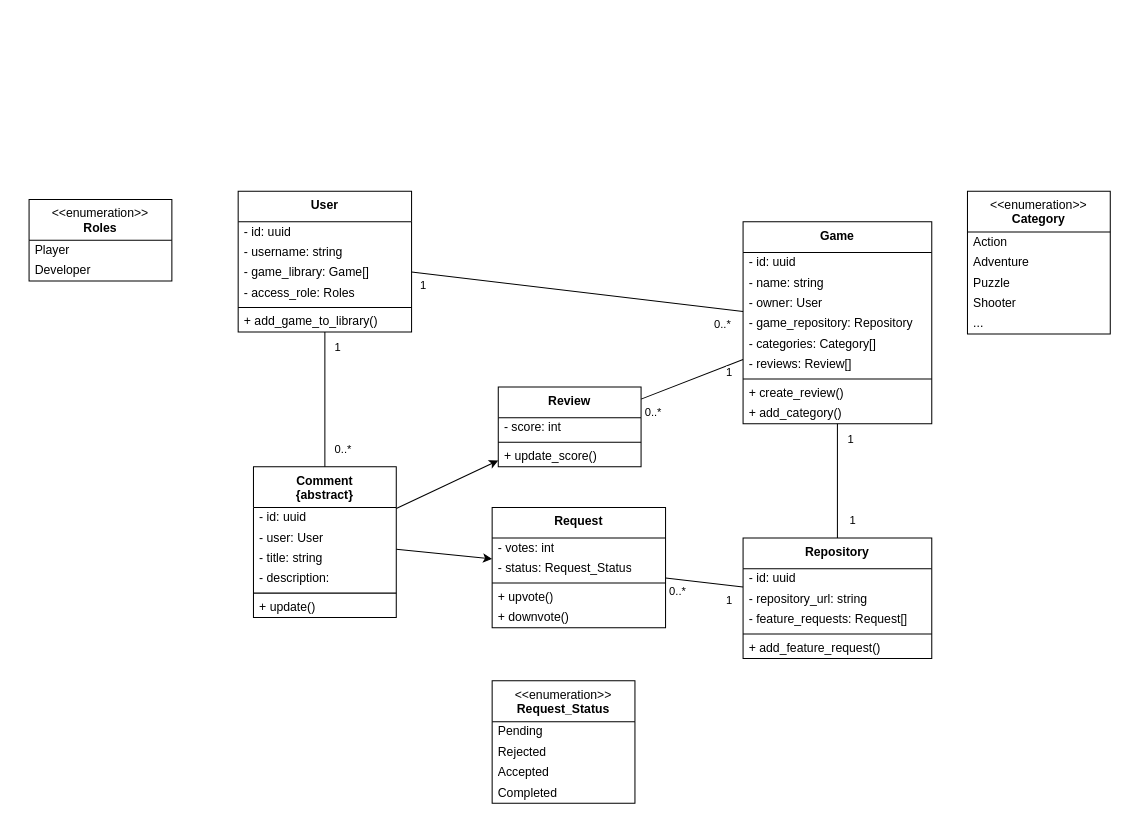
This is model/Ole/class.drawio from Hoglar/tsd2080-oblig1, a draw.io file, before an edit. Source tidied: cells renumbered, new cells numbered last; positions are measured from the earlier drawing's top-left corner, leaving out a move shared by most shapes. Both pictures are drawn from the tidied source at 102%, with x=0, y=0 at pixel (29, 191).
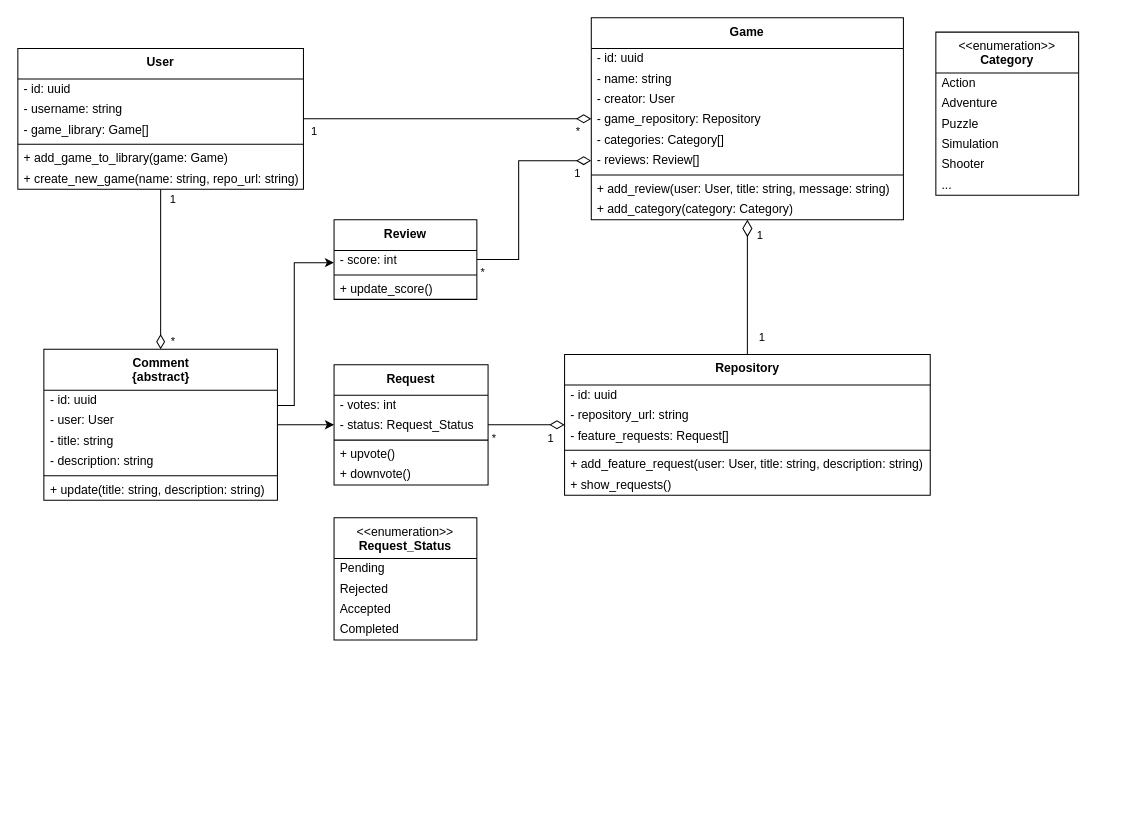
The same page after the edit.

Commit message:
update class diagram

Change to the diagram source:
```diff
@@
     <mxCell id="2" value="&lt;b&gt;User&lt;/b&gt;" style="swimlane;fontStyle=0;align=center;verticalAlign=top;horizontal=1;startSize=30;html=1;whiteSpace=wrap;" parent="1" vertex="1">
-      <mxGeometry x="205" width="170" height="138" as="geometry" />
+      <mxGeometry x="-11" y="-140" width="280" height="138" as="geometry" />
     </mxCell>
     <mxCell id="3" value="- id: uuid" style="text;html=1;strokeColor=none;fillColor=none;align=left;verticalAlign=middle;spacingLeft=4;spacingRight=4;overflow=hidden;whiteSpace=wrap;" parent="2" vertex="1">
-      <mxGeometry y="30" width="170" height="20" as="geometry" />
+      <mxGeometry y="30" width="280" height="20" as="geometry" />
     </mxCell>
     <mxCell id="4" value="- username: string" style="text;html=1;strokeColor=none;fillColor=none;align=left;verticalAlign=middle;spacingLeft=4;spacingRight=4;overflow=hidden;whiteSpace=wrap;" parent="2" vertex="1">
-      <mxGeometry y="50" width="170" height="20" as="geometry" />
+      <mxGeometry y="50" width="280" height="20" as="geometry" />
     </mxCell>
     <mxCell id="5" value="- game_library: Game[]" style="text;html=1;strokeColor=none;fillColor=none;align=left;verticalAlign=middle;spacingLeft=4;spacingRight=4;overflow=hidden;whiteSpace=wrap;" parent="2" vertex="1">
-      <mxGeometry y="70" width="170" height="20" as="geometry" />
+      <mxGeometry y="70" width="280" height="20" as="geometry" />
     </mxCell>
-    <mxCell id="6" value="- access_role: Roles" style="text;html=1;strokeColor=none;fillColor=none;align=left;verticalAlign=middle;spacingLeft=4;spacingRight=4;overflow=hidden;whiteSpace=wrap;" parent="2" vertex="1">
-      <mxGeometry y="90" width="170" height="20" as="geometry" />
-    </mxCell>
     <mxCell id="7" style="line;strokeWidth=1;fillColor=none;align=left;verticalAlign=middle;spacingTop=-1;spacingLeft=3;spacingRight=3;labelPosition=right;" parent="2" vertex="1">
-      <mxGeometry y="110" width="170" height="8" as="geometry" />
+      <mxGeometry y="90" width="280" height="8" as="geometry" />
     </mxCell>
-    <mxCell id="8" value="+ add_game_to_library()" style="text;html=1;strokeColor=none;fillColor=none;align=left;verticalAlign=middle;spacingLeft=4;spacingRight=4;overflow=hidden;whiteSpace=wrap;" parent="2" vertex="1">
-      <mxGeometry y="118" width="170" height="20" as="geometry" />
+    <mxCell id="8" value="+ add_game_to_library(game: Game)" style="text;html=1;strokeColor=none;fillColor=none;align=left;verticalAlign=middle;spacingLeft=4;spacingRight=4;overflow=hidden;whiteSpace=wrap;" parent="2" vertex="1">
+      <mxGeometry y="98" width="280" height="20" as="geometry" />
     </mxCell>
+    <mxCell id="73" value="+ create_new_game(name: string, repo_url: string)" style="text;html=1;strokeColor=none;fillColor=none;align=left;verticalAlign=middle;spacingLeft=4;spacingRight=4;overflow=hidden;whiteSpace=wrap;" parent="2" vertex="1">
+      <mxGeometry y="118" width="280" height="20" as="geometry" />
+    </mxCell>
     <mxCell id="9" value="&lt;b&gt;Game&lt;/b&gt;" style="swimlane;fontStyle=0;align=center;verticalAlign=top;horizontal=1;startSize=30;html=1;whiteSpace=wrap;" parent="1" vertex="1">
-      <mxGeometry x="700" y="30" width="185" height="198" as="geometry" />
+      <mxGeometry x="551.2" y="-170" width="306" height="198" as="geometry" />
     </mxCell>
     <mxCell id="10" value="- id: uuid" style="text;html=1;strokeColor=none;fillColor=none;align=left;verticalAlign=middle;spacingLeft=4;spacingRight=4;overflow=hidden;whiteSpace=wrap;" parent="9" vertex="1">
-      <mxGeometry y="30" width="185" height="20" as="geometry" />
+      <mxGeometry y="30" width="306" height="20" as="geometry" />
     </mxCell>
     <mxCell id="11" value="- name: string" style="text;html=1;strokeColor=none;fillColor=none;align=left;verticalAlign=middle;spacingLeft=4;spacingRight=4;overflow=hidden;whiteSpace=wrap;" parent="9" vertex="1">
-      <mxGeometry y="50" width="185" height="20" as="geometry" />
+      <mxGeometry y="50" width="306" height="20" as="geometry" />
     </mxCell>
-    <mxCell id="12" value="- owner: User" style="text;html=1;strokeColor=none;fillColor=none;align=left;verticalAlign=middle;spacingLeft=4;spacingRight=4;overflow=hidden;whiteSpace=wrap;" parent="9" vertex="1">
-      <mxGeometry y="70" width="185" height="20" as="geometry" />
+    <mxCell id="12" value="- creator: User" style="text;html=1;strokeColor=none;fillColor=none;align=left;verticalAlign=middle;spacingLeft=4;spacingRight=4;overflow=hidden;whiteSpace=wrap;" parent="9" vertex="1">
+      <mxGeometry y="70" width="306" height="20" as="geometry" />
     </mxCell>
     <mxCell id="13" value="- game_repository: Repository" style="text;html=1;strokeColor=none;fillColor=none;align=left;verticalAlign=middle;spacingLeft=4;spacingRight=4;overflow=hidden;whiteSpace=wrap;" parent="9" vertex="1">
-      <mxGeometry y="90" width="185" height="20" as="geometry" />
+      <mxGeometry y="90" width="306" height="20" as="geometry" />
     </mxCell>
     <mxCell id="14" value="- categories: Category[]" style="text;html=1;strokeColor=none;fillColor=none;align=left;verticalAlign=middle;spacingLeft=4;spacingRight=4;overflow=hidden;whiteSpace=wrap;" parent="9" vertex="1">
-      <mxGeometry y="110" width="185" height="20" as="geometry" />
+      <mxGeometry y="110" width="306" height="20" as="geometry" />
     </mxCell>
     <mxCell id="15" value="- reviews: Review[]" style="text;html=1;strokeColor=none;fillColor=none;align=left;verticalAlign=middle;spacingLeft=4;spacingRight=4;overflow=hidden;whiteSpace=wrap;" parent="9" vertex="1">
-      <mxGeometry y="130" width="185" height="20" as="geometry" />
+      <mxGeometry y="130" width="306" height="20" as="geometry" />
     </mxCell>
     <mxCell id="16" style="line;strokeWidth=1;fillColor=none;align=left;verticalAlign=middle;spacingTop=-1;spacingLeft=3;spacingRight=3;labelPosition=right;" parent="9" vertex="1">
-      <mxGeometry y="150" width="185" height="8" as="geometry" />
+      <mxGeometry y="150" width="306" height="8" as="geometry" />
     </mxCell>
-    <mxCell id="17" value="+ create_review()" style="text;html=1;strokeColor=none;fillColor=none;align=left;verticalAlign=middle;spacingLeft=4;spacingRight=4;overflow=hidden;whiteSpace=wrap;" parent="9" vertex="1">
-      <mxGeometry y="158" width="185" height="20" as="geometry" />
+    <mxCell id="17" value="+ add_review(user: User, title: string, message: string)" style="text;html=1;strokeColor=none;fillColor=none;align=left;verticalAlign=middle;spacingLeft=4;spacingRight=4;overflow=hidden;whiteSpace=wrap;" parent="9" vertex="1">
+      <mxGeometry y="158" width="306" height="20" as="geometry" />
     </mxCell>
-    <mxCell id="18" value="+ add_category()" style="text;html=1;strokeColor=none;fillColor=none;align=left;verticalAlign=middle;spacingLeft=4;spacingRight=4;overflow=hidden;whiteSpace=wrap;" parent="9" vertex="1">
-      <mxGeometry y="178" width="185" height="20" as="geometry" />
+    <mxCell id="18" value="+ add_category(category: Category)" style="text;html=1;strokeColor=none;fillColor=none;align=left;verticalAlign=middle;spacingLeft=4;spacingRight=4;overflow=hidden;whiteSpace=wrap;" parent="9" vertex="1">
+      <mxGeometry y="178" width="306" height="20" as="geometry" />
     </mxCell>
     <mxCell id="19" value="&lt;b&gt;Review&lt;/b&gt;" style="swimlane;fontStyle=0;align=center;verticalAlign=top;horizontal=1;startSize=30;html=1;whiteSpace=wrap;" parent="1" vertex="1">
-      <mxGeometry x="460" y="192" width="140" height="78" as="geometry" />
+      <mxGeometry x="299" y="28" width="140" height="78" as="geometry" />
     </mxCell>
@@
-    <mxCell id="23" style="edgeStyle=none;html=1;" parent="1" edge="1" source="25" target="19">
-      <mxGeometry relative="1" as="geometry" />
+    <mxCell id="23" style="edgeStyle=orthogonalEdgeStyle;html=1;rounded=0;curved=0;" parent="1" edge="1" source="25" target="19">
+      <mxGeometry relative="1" as="geometry">
+        <Array as="points">
+          <mxPoint x="260" y="210" />
+          <mxPoint x="260" y="70" />
+        </Array>
+      </mxGeometry>
     </mxCell>
@@
     <mxCell id="25" value="&lt;b&gt;Comment&lt;/b&gt;&lt;div&gt;&lt;b&gt;&lt;span style=&quot;color: light-dark(rgb(0, 0, 0), rgb(255, 255, 255));&quot;&gt;{abstract}&lt;/span&gt;&lt;/b&gt;&lt;/div&gt;" style="swimlane;fontStyle=0;align=center;verticalAlign=top;horizontal=1;startSize=40;html=1;whiteSpace=wrap;" parent="1" vertex="1">
-      <mxGeometry x="220" y="270" width="140" height="148" as="geometry" />
+      <mxGeometry x="14.5" y="155" width="229" height="148" as="geometry" />
     </mxCell>
     <mxCell id="26" value="- id: uuid" style="text;html=1;strokeColor=none;fillColor=none;align=left;verticalAlign=middle;spacingLeft=4;spacingRight=4;overflow=hidden;whiteSpace=wrap;" parent="25" vertex="1">
-      <mxGeometry y="40" width="140" height="20" as="geometry" />
+      <mxGeometry y="40" width="229" height="20" as="geometry" />
     </mxCell>
     <mxCell id="27" value="- user: User" style="text;html=1;strokeColor=none;fillColor=none;align=left;verticalAlign=middle;spacingLeft=4;spacingRight=4;overflow=hidden;whiteSpace=wrap;" parent="25" vertex="1">
-      <mxGeometry y="60" width="140" height="20" as="geometry" />
+      <mxGeometry y="60" width="229" height="20" as="geometry" />
     </mxCell>
     <mxCell id="28" value="- title: string" style="text;html=1;strokeColor=none;fillColor=none;align=left;verticalAlign=middle;spacingLeft=4;spacingRight=4;overflow=hidden;whiteSpace=wrap;" parent="25" vertex="1">
-      <mxGeometry y="80" width="140" height="20" as="geometry" />
+      <mxGeometry y="80" width="229" height="20" as="geometry" />
     </mxCell>
-    <mxCell id="29" value="- description:&amp;nbsp;" style="text;html=1;strokeColor=none;fillColor=none;align=left;verticalAlign=middle;spacingLeft=4;spacingRight=4;overflow=hidden;whiteSpace=wrap;" parent="25" vertex="1">
-      <mxGeometry y="100" width="140" height="20" as="geometry" />
+    <mxCell id="29" value="- description: string" style="text;html=1;strokeColor=none;fillColor=none;align=left;verticalAlign=middle;spacingLeft=4;spacingRight=4;overflow=hidden;whiteSpace=wrap;" parent="25" vertex="1">
+      <mxGeometry y="100" width="229" height="20" as="geometry" />
     </mxCell>
     <mxCell id="30" style="line;strokeWidth=1;fillColor=none;align=left;verticalAlign=middle;spacingTop=-1;spacingLeft=3;spacingRight=3;labelPosition=right;" parent="25" vertex="1">
-      <mxGeometry y="120" width="140" height="8" as="geometry" />
+      <mxGeometry y="120" width="229" height="8" as="geometry" />
     </mxCell>
-    <mxCell id="31" value="+ update()" style="text;html=1;strokeColor=none;fillColor=none;align=left;verticalAlign=middle;spacingLeft=4;spacingRight=4;overflow=hidden;whiteSpace=wrap;" parent="25" vertex="1">
-      <mxGeometry y="128" width="140" height="20" as="geometry" />
+    <mxCell id="31" value="+ update(title: string, description: string)" style="text;html=1;strokeColor=none;fillColor=none;align=left;verticalAlign=middle;spacingLeft=4;spacingRight=4;overflow=hidden;whiteSpace=wrap;" parent="25" vertex="1">
+      <mxGeometry y="128" width="229" height="20" as="geometry" />
     </mxCell>
     <mxCell id="32" value="&lt;b&gt;Repository&lt;/b&gt;&lt;div&gt;&lt;b&gt;&lt;br&gt;&lt;/b&gt;&lt;/div&gt;" style="swimlane;fontStyle=0;align=center;verticalAlign=top;horizontal=1;startSize=30;html=1;whiteSpace=wrap;" parent="1" vertex="1">
-      <mxGeometry x="700" y="340" width="185" height="118" as="geometry" />
+      <mxGeometry x="525" y="160" width="358.5" height="138" as="geometry" />
     </mxCell>
     <mxCell id="33" value="- id: uuid" style="text;html=1;strokeColor=none;fillColor=none;align=left;verticalAlign=middle;spacingLeft=4;spacingRight=4;overflow=hidden;whiteSpace=wrap;" parent="32" vertex="1">
-      <mxGeometry y="30" width="185" height="20" as="geometry" />
+      <mxGeometry y="30" width="358.5" height="20" as="geometry" />
     </mxCell>
     <mxCell id="34" value="- repository_url: string" style="text;html=1;strokeColor=none;fillColor=none;align=left;verticalAlign=middle;spacingLeft=4;spacingRight=4;overflow=hidden;whiteSpace=wrap;" parent="32" vertex="1">
-      <mxGeometry y="50" width="185" height="20" as="geometry" />
+      <mxGeometry y="50" width="358.5" height="20" as="geometry" />
     </mxCell>
     <mxCell id="35" value="- feature_requests: Request[]" style="text;html=1;strokeColor=none;fillColor=none;align=left;verticalAlign=middle;spacingLeft=4;spacingRight=4;overflow=hidden;whiteSpace=wrap;" parent="32" vertex="1">
-      <mxGeometry y="70" width="185" height="20" as="geometry" />
+      <mxGeometry y="70" width="358.5" height="20" as="geometry" />
     </mxCell>
     <mxCell id="36" style="line;strokeWidth=1;fillColor=none;align=left;verticalAlign=middle;spacingTop=-1;spacingLeft=3;spacingRight=3;labelPosition=right;" parent="32" vertex="1">
-      <mxGeometry y="90" width="185" height="8" as="geometry" />
+      <mxGeometry y="90" width="358.5" height="8" as="geometry" />
     </mxCell>
-    <mxCell id="37" value="+ add_feature_request()" style="text;html=1;strokeColor=none;fillColor=none;align=left;verticalAlign=middle;spacingLeft=4;spacingRight=4;overflow=hidden;whiteSpace=wrap;" parent="32" vertex="1">
-      <mxGeometry y="98" width="185" height="20" as="geometry" />
+    <mxCell id="37" value="+ add_feature_request(user: User, title: string, description: string)" style="text;html=1;strokeColor=none;fillColor=none;align=left;verticalAlign=middle;spacingLeft=4;spacingRight=4;overflow=hidden;whiteSpace=wrap;" parent="32" vertex="1">
+      <mxGeometry y="98" width="358.5" height="20" as="geometry" />
     </mxCell>
-    <mxCell id="38" value="&amp;lt;&amp;lt;enumeration&amp;gt;&amp;gt;&lt;br&gt;&lt;b&gt;Roles&lt;/b&gt;" style="swimlane;fontStyle=0;align=center;verticalAlign=top;horizontal=1;startSize=40;html=1;whiteSpace=wrap;" parent="1" vertex="1">
-      <mxGeometry y="8" width="140" height="80" as="geometry" />
-    </mxCell>
-    <mxCell id="39" value="Player" style="text;html=1;strokeColor=none;fillColor=none;align=left;verticalAlign=middle;spacingLeft=4;spacingRight=4;overflow=hidden;whiteSpace=wrap;" parent="38" vertex="1">
-      <mxGeometry y="40" width="140" height="20" as="geometry" />
-    </mxCell>
-    <mxCell id="40" value="Developer" style="text;html=1;strokeColor=none;fillColor=none;align=left;verticalAlign=middle;spacingLeft=4;spacingRight=4;overflow=hidden;whiteSpace=wrap;" parent="38" vertex="1">
-      <mxGeometry y="60" width="140" height="20" as="geometry" />
-    </mxCell>
+    <mxCell id="74" value="+ show_requests()" style="text;html=1;strokeColor=none;fillColor=none;align=left;verticalAlign=middle;spacingLeft=4;spacingRight=4;overflow=hidden;whiteSpace=wrap;" parent="32" vertex="1">
+      <mxGeometry y="118" width="358.5" height="20" as="geometry" />
+    </mxCell>
     <mxCell id="41" value="&amp;lt;&amp;lt;enumeration&amp;gt;&amp;gt;&lt;br&gt;&lt;b&gt;Category&lt;/b&gt;" style="swimlane;fontStyle=0;align=center;verticalAlign=top;horizontal=1;startSize=40;html=1;whiteSpace=wrap;" parent="1" vertex="1">
-      <mxGeometry x="920" width="140" height="140" as="geometry" />
+      <mxGeometry x="889" y="-156" width="140" height="160" as="geometry" />
     </mxCell>
@@
+    <mxCell id="75" value="Simulation" style="text;html=1;strokeColor=none;fillColor=none;align=left;verticalAlign=middle;spacingLeft=4;spacingRight=4;overflow=hidden;whiteSpace=wrap;" parent="41" vertex="1">
+      <mxGeometry y="100" width="140" height="20" as="geometry" />
+    </mxCell>
     <mxCell id="45" value="Shooter" style="text;html=1;strokeColor=none;fillColor=none;align=left;verticalAlign=middle;spacingLeft=4;spacingRight=4;overflow=hidden;whiteSpace=wrap;" parent="41" vertex="1">
-      <mxGeometry y="100" width="140" height="20" as="geometry" />
+      <mxGeometry y="120" width="140" height="20" as="geometry" />
     </mxCell>
     <mxCell id="46" value="..." style="text;html=1;strokeColor=none;fillColor=none;align=left;verticalAlign=middle;spacingLeft=4;spacingRight=4;overflow=hidden;whiteSpace=wrap;" parent="41" vertex="1">
-      <mxGeometry y="120" width="140" height="20" as="geometry" />
+      <mxGeometry y="140" width="140" height="20" as="geometry" />
     </mxCell>
     <mxCell id="47" value="&lt;b&gt;Request&lt;/b&gt;" style="swimlane;fontStyle=0;align=center;verticalAlign=top;horizontal=1;startSize=30;html=1;whiteSpace=wrap;" parent="1" vertex="1">
-      <mxGeometry x="454" y="310" width="170" height="118" as="geometry" />
+      <mxGeometry x="299" y="170" width="151" height="118" as="geometry" />
     </mxCell>
     <mxCell id="48" value="- votes: int" style="text;html=1;strokeColor=none;fillColor=none;align=left;verticalAlign=middle;spacingLeft=4;spacingRight=4;overflow=hidden;whiteSpace=wrap;" parent="47" vertex="1">
-      <mxGeometry y="30" width="170" height="20" as="geometry" />
+      <mxGeometry y="30" width="151" height="20" as="geometry" />
     </mxCell>
     <mxCell id="49" value="- status: Request_Status" style="text;html=1;strokeColor=none;fillColor=none;align=left;verticalAlign=middle;spacingLeft=4;spacingRight=4;overflow=hidden;whiteSpace=wrap;" parent="47" vertex="1">
-      <mxGeometry y="50" width="170" height="20" as="geometry" />
+      <mxGeometry y="50" width="151" height="20" as="geometry" />
     </mxCell>
     <mxCell id="50" style="line;strokeWidth=1;fillColor=none;align=left;verticalAlign=middle;spacingTop=-1;spacingLeft=3;spacingRight=3;labelPosition=right;" parent="47" vertex="1">
-      <mxGeometry y="70" width="170" height="8" as="geometry" />
+      <mxGeometry y="70" width="151" height="8" as="geometry" />
     </mxCell>
     <mxCell id="51" value="+ upvote()" style="text;html=1;strokeColor=none;fillColor=none;align=left;verticalAlign=middle;spacingLeft=4;spacingRight=4;overflow=hidden;whiteSpace=wrap;" parent="47" vertex="1">
-      <mxGeometry y="78" width="170" height="20" as="geometry" />
+      <mxGeometry y="78" width="151" height="20" as="geometry" />
     </mxCell>
     <mxCell id="52" value="+ downvote()" style="text;html=1;strokeColor=none;fillColor=none;align=left;verticalAlign=middle;spacingLeft=4;spacingRight=4;overflow=hidden;whiteSpace=wrap;" parent="47" vertex="1">
-      <mxGeometry y="98" width="170" height="20" as="geometry" />
+      <mxGeometry y="98" width="151" height="20" as="geometry" />
     </mxCell>
-    <mxCell id="53" style="endArrow=none;html=1;endSize=12;startArrow=none;startSize=14;startFill=0;endFill=0;" parent="1" edge="1" source="47" target="32">
+    <mxCell id="53" style="endArrow=diamondThin;html=1;endSize=12;startArrow=none;startSize=14;startFill=0;endFill=0;" parent="1" edge="1" source="47" target="32">
       <mxGeometry relative="1" as="geometry" />
     </mxCell>
-    <mxCell id="54" value="0..*" style="edgeLabel;html=1;align=left;verticalAlign=top;" parent="53" vertex="1">
+    <mxCell id="54" value="*" style="edgeLabel;html=1;align=left;verticalAlign=top;" parent="53" vertex="1">
       <mxGeometry x="-1" relative="1" as="geometry">
         <mxPoint x="2" as="offset" />
       </mxGeometry>
     </mxCell>
@@
-    <mxCell id="56" style="endArrow=none;html=1;endSize=12;startArrow=none;startSize=14;startFill=0;endFill=0;" parent="1" edge="1" source="19" target="9">
-      <mxGeometry relative="1" as="geometry" />
+    <mxCell id="56" style="endArrow=diamondThin;html=1;endSize=12;startArrow=none;startSize=14;startFill=0;endFill=0;edgeStyle=orthogonalEdgeStyle;rounded=0;curved=0;" parent="1" edge="1" source="19" target="9">
+      <mxGeometry relative="1" as="geometry">
+        <Array as="points">
+          <mxPoint x="480" y="67" />
+          <mxPoint x="480" y="-30" />
+        </Array>
+      </mxGeometry>
     </mxCell>
-    <mxCell id="57" value="0..*" style="edgeLabel;html=1;align=left;verticalAlign=top;" parent="56" vertex="1">
+    <mxCell id="57" value="*" style="edgeLabel;html=1;align=left;verticalAlign=top;" parent="56" vertex="1">
       <mxGeometry x="-1" relative="1" as="geometry">
         <mxPoint x="2" as="offset" />
       </mxGeometry>
     </mxCell>
@@
-    <mxCell id="59" style="endArrow=none;html=1;endSize=12;startArrow=none;startSize=14;startFill=0;endFill=0;" parent="1" edge="1" source="25" target="2">
-      <mxGeometry relative="1" as="geometry" />
-    </mxCell>
-    <mxCell id="60" value="0..*" style="edgeLabel;html=1;align=left;verticalAlign=top;" parent="59" vertex="1">
-      <mxGeometry x="-1" relative="1" as="geometry">
-        <mxPoint x="8" y="-30" as="offset" />
-      </mxGeometry>
-    </mxCell>
-    <mxCell id="61" value="1" style="edgeLabel;html=1;align=right;verticalAlign=top;" parent="59" vertex="1">
-      <mxGeometry x="1" relative="1" as="geometry">
-        <mxPoint x="16" y="2" as="offset" />
-      </mxGeometry>
-    </mxCell>
-    <mxCell id="62" style="endArrow=none;html=1;endSize=12;startArrow=none;startSize=14;startFill=0;endFill=0;" parent="1" edge="1" source="9" target="2">
-      <mxGeometry relative="1" as="geometry" />
-    </mxCell>
-    <mxCell id="63" value="0..*" style="edgeLabel;html=1;align=left;verticalAlign=top;" parent="62" vertex="1">
-      <mxGeometry x="-1" relative="1" as="geometry">
-        <mxPoint x="-30" as="offset" />
-      </mxGeometry>
-    </mxCell>
-    <mxCell id="64" value="1" style="edgeLabel;html=1;align=right;verticalAlign=top;" parent="62" vertex="1">
-      <mxGeometry x="1" relative="1" as="geometry">
-        <mxPoint x="15" as="offset" />
-      </mxGeometry>
-    </mxCell>
-    <mxCell id="65" style="endArrow=none;html=1;endSize=12;startArrow=none;startSize=14;startFill=0;endFill=0;" parent="1" edge="1" source="9" target="32">
+    <mxCell id="65" style="endArrow=none;html=1;endSize=12;startArrow=diamondThin;startSize=14;startFill=0;endFill=0;" parent="1" edge="1" source="9" target="32">
       <mxGeometry relative="1" as="geometry" />
     </mxCell>
@@
     <mxCell id="68" value="&amp;lt;&amp;lt;enumeration&amp;gt;&amp;gt;&lt;br&gt;&lt;b&gt;Request_Status&lt;/b&gt;" style="swimlane;fontStyle=0;align=center;verticalAlign=top;horizontal=1;startSize=40;html=1;whiteSpace=wrap;" parent="1" vertex="1">
-      <mxGeometry x="454" y="480" width="140" height="120" as="geometry" />
+      <mxGeometry x="299" y="320" width="140" height="120" as="geometry" />
     </mxCell>
@@
+    <mxCell id="76" style="endArrow=diamondThin;html=1;endSize=12;startArrow=none;startSize=14;startFill=0;edgeStyle=orthogonalEdgeStyle;align=left;verticalAlign=bottom;endFill=0;" parent="1" edge="1" source="2" target="25">
+      <mxGeometry x="-0.62" y="31" relative="1" as="geometry" />
+    </mxCell>
+    <mxCell id="77" value="1" style="edgeLabel;html=1;align=center;verticalAlign=middle;" parent="76" vertex="1">
+      <mxGeometry x="-0.88" y="1" relative="1" as="geometry">
+        <mxPoint x="10" as="offset" />
+      </mxGeometry>
+    </mxCell>
+    <mxCell id="78" value="*" style="edgeLabel;html=1;align=center;verticalAlign=middle;" parent="76" vertex="1">
+      <mxGeometry x="0.88" y="1" relative="1" as="geometry">
+        <mxPoint x="10" as="offset" />
+      </mxGeometry>
+    </mxCell>
+    <mxCell id="79" value="1" style="endArrow=diamondThin;html=1;endSize=12;startArrow=none;startSize=14;startFill=0;edgeStyle=orthogonalEdgeStyle;align=left;verticalAlign=bottom;endFill=0;" parent="1" edge="1" source="2" target="9">
+      <mxGeometry x="-0.96" y="-21" relative="1" as="geometry" />
+    </mxCell>
+    <mxCell id="80" value="*" style="edgeLabel;html=1;align=center;verticalAlign=middle;" parent="79" vertex="1">
+      <mxGeometry x="0.95" y="1" relative="1" as="geometry">
+        <mxPoint x="-7" y="12" as="offset" />
+      </mxGeometry>
+    </mxCell>
```
